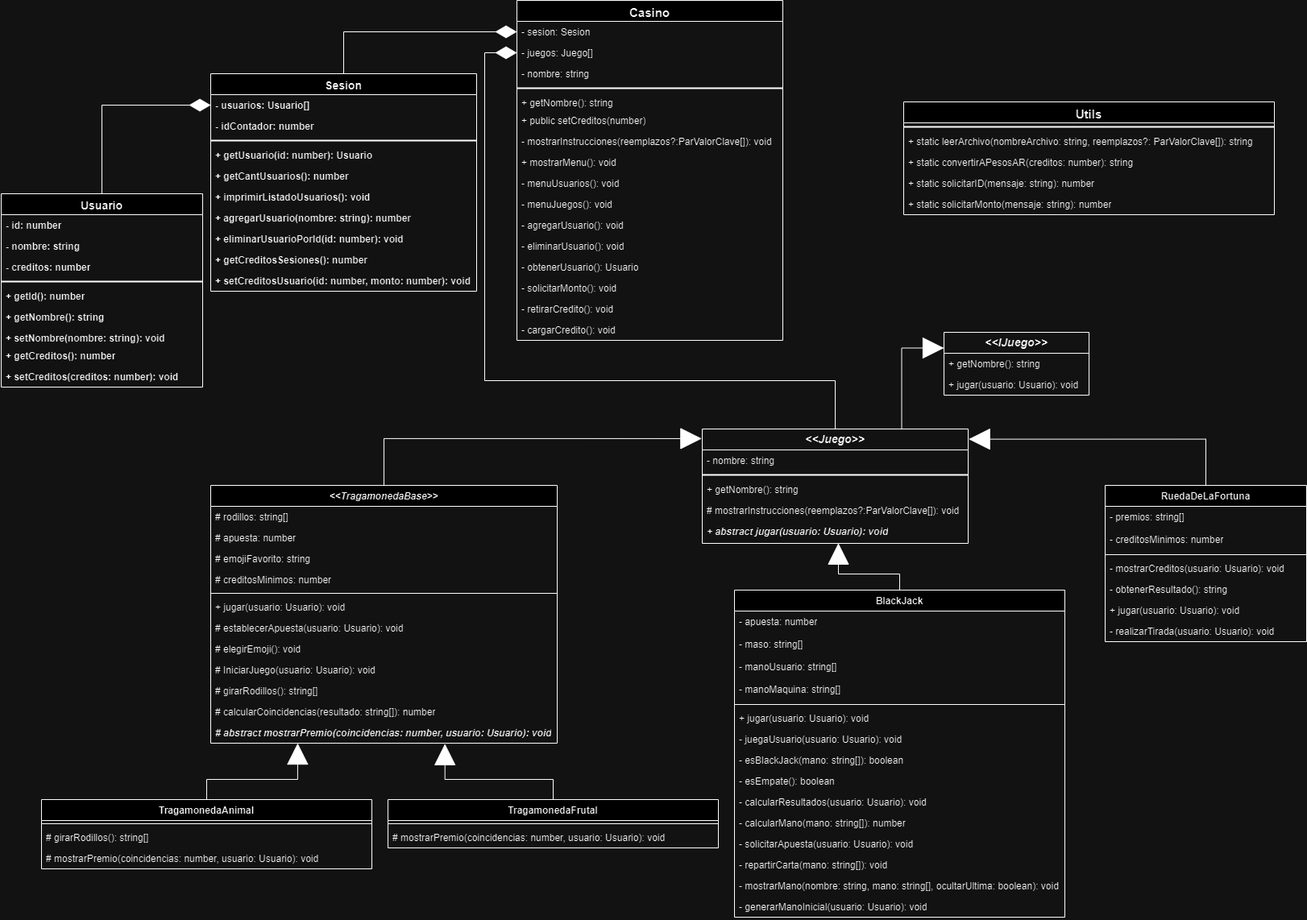
This is assets/UML.png from MauricioDanielRamos/tp-final-Prog-casino, a draw.io export, as it was before one commit. Source tidied: cells renumbered, new cells last; positions are measured from the earlier drawing's top-left corner, leaving out a move shared by most shapes.
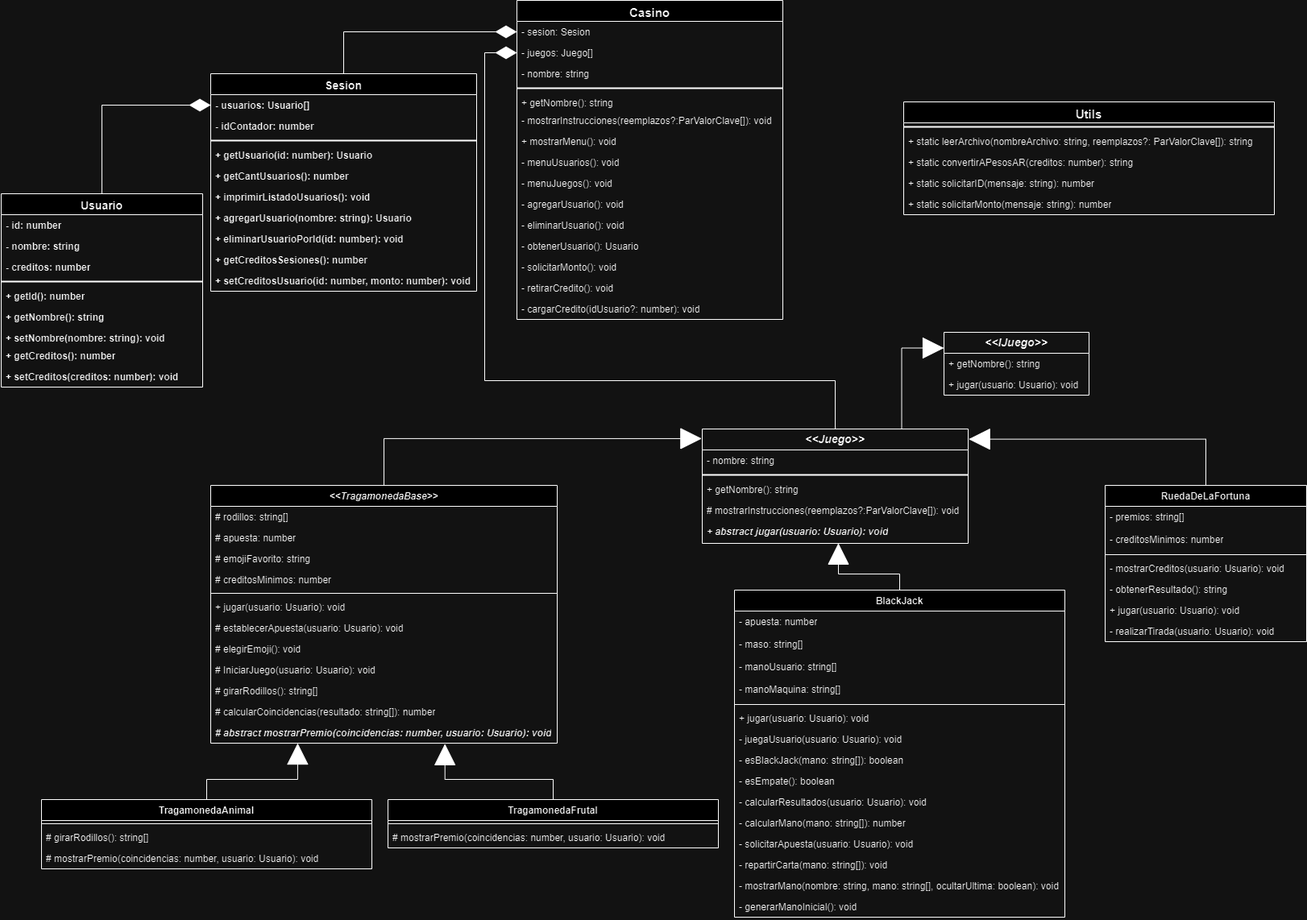
After the commit.

What changed in the source:
```diff
@@ -12,7 +12,7 @@
       <mxGeometry y="52" width="180" height="26" as="geometry" />
     </mxCell>
     <mxCell id="5" value="Casino" style="swimlane;fontStyle=1;horizontal=1;startSize=26;fillColor=default;whiteSpace=wrap;html=1;strokeColor=default;align=center;verticalAlign=top;fontFamily=Helvetica;fontSize=15;fontColor=default;" parent="1" vertex="1">
-      <mxGeometry x="640" width="330" height="422" as="geometry" />
+      <mxGeometry x="640" width="330" height="396" as="geometry" />
     </mxCell>
     <mxCell id="6" value="- sesion: Sesion" style="text;strokeColor=none;fillColor=none;align=left;verticalAlign=top;spacingLeft=4;spacingRight=4;overflow=hidden;points=[[0,0.5],[1,0.5]];portConstraint=eastwest;whiteSpace=wrap;html=1;fontFamily=Helvetica;fontSize=12;fontColor=default;fontStyle=0;" parent="5" vertex="1">
       <mxGeometry y="26" width="330" height="26" as="geometry" />
@@ -29,41 +29,38 @@
     <mxCell id="10" value="+ getNombre(): string" style="text;strokeColor=none;fillColor=none;align=left;verticalAlign=top;spacingLeft=4;spacingRight=4;overflow=hidden;whiteSpace=wrap;html=1;fontFamily=Helvetica;fontSize=12;fontColor=default;fontStyle=0;" parent="5" vertex="1">
       <mxGeometry y="114" width="330" height="22" as="geometry" />
     </mxCell>
-    <mxCell id="11" value="+ public setCreditos(number)" style="text;strokeColor=none;fillColor=none;align=left;verticalAlign=top;spacingLeft=4;spacingRight=4;overflow=hidden;whiteSpace=wrap;html=1;fontFamily=Helvetica;fontSize=12;fontColor=default;fontStyle=0;" parent="5" vertex="1">
-      <mxGeometry y="136" width="330" height="26" as="geometry" />
-    </mxCell>
     <mxCell id="12" style="edgeStyle=orthogonalEdgeStyle;rounded=0;orthogonalLoop=1;jettySize=auto;html=1;exitX=1;exitY=0.5;exitDx=0;exitDy=0;strokeColor=default;align=center;verticalAlign=top;fontFamily=Helvetica;fontSize=12;fontColor=default;fontStyle=1;startSize=26;fillColor=default;" parent="5" edge="1" source="7" target="7">
       <mxGeometry relative="1" as="geometry" />
     </mxCell>
     <mxCell id="13" value="- mostrarInstrucciones(reemplazos?:ParValorClave[]): void" style="text;strokeColor=none;fillColor=none;align=left;verticalAlign=top;spacingLeft=4;spacingRight=4;overflow=hidden;whiteSpace=wrap;html=1;fontFamily=Helvetica;fontSize=12;fontColor=default;fontStyle=0;" parent="5" vertex="1">
-      <mxGeometry y="162" width="330" height="26" as="geometry" />
+      <mxGeometry y="136" width="330" height="26" as="geometry" />
     </mxCell>
     <mxCell id="14" value="+&amp;nbsp;mostrarMenu(): void" style="text;strokeColor=none;fillColor=none;align=left;verticalAlign=top;spacingLeft=4;spacingRight=4;overflow=hidden;whiteSpace=wrap;html=1;fontFamily=Helvetica;fontSize=12;fontColor=default;fontStyle=0;" parent="5" vertex="1">
-      <mxGeometry y="188" width="330" height="26" as="geometry" />
+      <mxGeometry y="162" width="330" height="26" as="geometry" />
     </mxCell>
     <mxCell id="15" value="- menuUsuarios(): void" style="text;strokeColor=none;fillColor=none;align=left;verticalAlign=top;spacingLeft=4;spacingRight=4;overflow=hidden;whiteSpace=wrap;html=1;fontFamily=Helvetica;fontSize=12;fontColor=default;fontStyle=0;" parent="5" vertex="1">
-      <mxGeometry y="214" width="330" height="26" as="geometry" />
+      <mxGeometry y="188" width="330" height="26" as="geometry" />
     </mxCell>
     <mxCell id="16" value="-&amp;nbsp;menuJuegos(): void" style="text;strokeColor=none;fillColor=none;align=left;verticalAlign=top;spacingLeft=4;spacingRight=4;overflow=hidden;whiteSpace=wrap;html=1;fontFamily=Helvetica;fontSize=12;fontColor=default;fontStyle=0;" parent="5" vertex="1">
-      <mxGeometry y="240" width="330" height="26" as="geometry" />
+      <mxGeometry y="214" width="330" height="26" as="geometry" />
     </mxCell>
     <mxCell id="17" value="-&amp;nbsp;agregarUsuario(): void" style="text;strokeColor=none;fillColor=none;align=left;verticalAlign=top;spacingLeft=4;spacingRight=4;overflow=hidden;whiteSpace=wrap;html=1;fontFamily=Helvetica;fontSize=12;fontColor=default;fontStyle=0;" parent="5" vertex="1">
-      <mxGeometry y="266" width="330" height="26" as="geometry" />
+      <mxGeometry y="240" width="330" height="26" as="geometry" />
     </mxCell>
     <mxCell id="18" value="-&amp;nbsp;eliminarUsuario(): void" style="text;strokeColor=none;fillColor=none;align=left;verticalAlign=top;spacingLeft=4;spacingRight=4;overflow=hidden;whiteSpace=wrap;html=1;fontFamily=Helvetica;fontSize=12;fontColor=default;fontStyle=0;" parent="5" vertex="1">
-      <mxGeometry y="292" width="330" height="26" as="geometry" />
+      <mxGeometry y="266" width="330" height="26" as="geometry" />
     </mxCell>
     <mxCell id="19" value="-&amp;nbsp;obtenerUsuario(): Usuario" style="text;strokeColor=none;fillColor=none;align=left;verticalAlign=top;spacingLeft=4;spacingRight=4;overflow=hidden;whiteSpace=wrap;html=1;fontFamily=Helvetica;fontSize=12;fontColor=default;fontStyle=0;" parent="5" vertex="1">
-      <mxGeometry y="318" width="330" height="26" as="geometry" />
+      <mxGeometry y="292" width="330" height="26" as="geometry" />
     </mxCell>
     <mxCell id="20" value="-&amp;nbsp;solicitarMonto(): void" style="text;strokeColor=none;fillColor=none;align=left;verticalAlign=top;spacingLeft=4;spacingRight=4;overflow=hidden;whiteSpace=wrap;html=1;fontFamily=Helvetica;fontSize=12;fontColor=default;fontStyle=0;" parent="5" vertex="1">
-      <mxGeometry y="344" width="330" height="26" as="geometry" />
+      <mxGeometry y="318" width="330" height="26" as="geometry" />
     </mxCell>
     <mxCell id="21" value="-&amp;nbsp;retirarCredito(): void" style="text;strokeColor=none;fillColor=none;align=left;verticalAlign=top;spacingLeft=4;spacingRight=4;overflow=hidden;whiteSpace=wrap;html=1;fontFamily=Helvetica;fontSize=12;fontColor=default;fontStyle=0;" parent="5" vertex="1">
-      <mxGeometry y="370" width="330" height="26" as="geometry" />
+      <mxGeometry y="344" width="330" height="26" as="geometry" />
     </mxCell>
-    <mxCell id="22" value="-&amp;nbsp;cargarCredito(): void" style="text;strokeColor=none;fillColor=none;align=left;verticalAlign=top;spacingLeft=4;spacingRight=4;overflow=hidden;whiteSpace=wrap;html=1;fontFamily=Helvetica;fontSize=12;fontColor=default;fontStyle=0;" parent="5" vertex="1">
-      <mxGeometry y="396" width="330" height="26" as="geometry" />
+    <mxCell id="22" value="-&amp;nbsp;cargarCredito(idUsuario?: number): void" style="text;strokeColor=none;fillColor=none;align=left;verticalAlign=top;spacingLeft=4;spacingRight=4;overflow=hidden;whiteSpace=wrap;html=1;fontFamily=Helvetica;fontSize=12;fontColor=default;fontStyle=0;" parent="5" vertex="1">
+      <mxGeometry y="370" width="330" height="26" as="geometry" />
     </mxCell>
     <mxCell id="23" style="edgeStyle=orthogonalEdgeStyle;rounded=0;jettySize=auto;html=1;exitX=0.5;exitY=0;exitDx=0;exitDy=0;entryX=0;entryY=0.5;entryDx=0;entryDy=0;endArrow=diamondThin;endFill=1;endSize=24;" parent="1" edge="1" source="24" target="7">
       <mxGeometry relative="1" as="geometry">
@@ -173,7 +170,7 @@
     <mxCell id="55" value="+ imprimirListadoUsuarios(): void" style="text;strokeColor=none;fillColor=none;align=left;verticalAlign=top;spacingLeft=4;spacingRight=4;overflow=hidden;whiteSpace=wrap;html=1;fontFamily=Helvetica;fontSize=12;fontColor=default;fontStyle=1;" parent="48" vertex="1">
       <mxGeometry y="140" width="330" height="26" as="geometry" />
     </mxCell>
-    <mxCell id="56" value="+ agregarUsuario(nombre: string): number" style="text;strokeColor=none;fillColor=none;align=left;verticalAlign=top;spacingLeft=4;spacingRight=4;overflow=hidden;whiteSpace=wrap;html=1;fontFamily=Helvetica;fontSize=12;fontColor=default;fontStyle=1;" parent="48" vertex="1">
+    <mxCell id="56" value="+ agregarUsuario(nombre: string): Usuario" style="text;strokeColor=none;fillColor=none;align=left;verticalAlign=top;spacingLeft=4;spacingRight=4;overflow=hidden;whiteSpace=wrap;html=1;fontFamily=Helvetica;fontSize=12;fontColor=default;fontStyle=1;" parent="48" vertex="1">
       <mxGeometry y="166" width="330" height="26" as="geometry" />
     </mxCell>
     <mxCell id="57" value="+ eliminarUsuarioPorId(id: number): void" style="text;strokeColor=none;fillColor=none;align=left;verticalAlign=top;spacingLeft=4;spacingRight=4;overflow=hidden;whiteSpace=wrap;html=1;fontFamily=Helvetica;fontSize=12;fontColor=default;fontStyle=1;" parent="48" vertex="1">
@@ -233,7 +230,7 @@
     <mxCell id="75" value="- mostrarMano(nombre: string, mano: string[], ocultarUltima: boolean): void" style="text;strokeColor=none;fillColor=none;align=left;verticalAlign=top;spacingLeft=4;spacingRight=4;overflow=hidden;whiteSpace=wrap;html=1;" parent="61" vertex="1">
       <mxGeometry y="354" width="410" height="26" as="geometry" />
     </mxCell>
-    <mxCell id="76" value="- generarManoInicial(usuario: Usuario): void" style="text;strokeColor=none;fillColor=none;align=left;verticalAlign=top;spacingLeft=4;spacingRight=4;overflow=hidden;whiteSpace=wrap;html=1;" parent="61" vertex="1">
+    <mxCell id="76" value="- generarManoInicial(): void" style="text;strokeColor=none;fillColor=none;align=left;verticalAlign=top;spacingLeft=4;spacingRight=4;overflow=hidden;whiteSpace=wrap;html=1;" parent="61" vertex="1">
       <mxGeometry y="380" width="410" height="26" as="geometry" />
     </mxCell>
     <mxCell id="77" value="TragamonedaFrutal" style="swimlane;fontStyle=1;align=center;verticalAlign=top;horizontal=1;startSize=26;whiteSpace=wrap;html=1;" parent="1" vertex="1">
```
